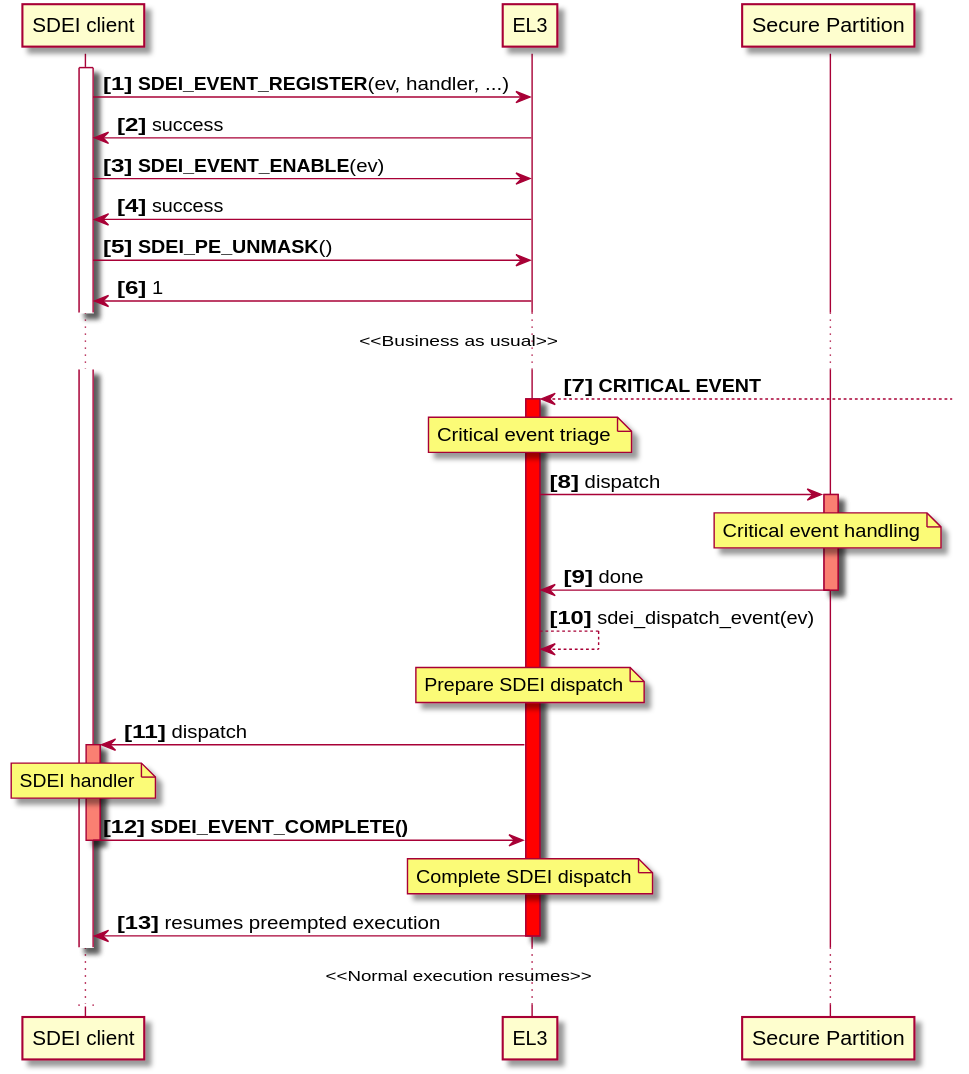
Before: docs/plantuml/sdei_explicit_dispatch.svg, a diagram exported from PlantUML (renesas-rz/rzg_trusted-firmware-a). Its source is kept beside it as docs/plantuml/sdei_explicit_dispatch.puml.
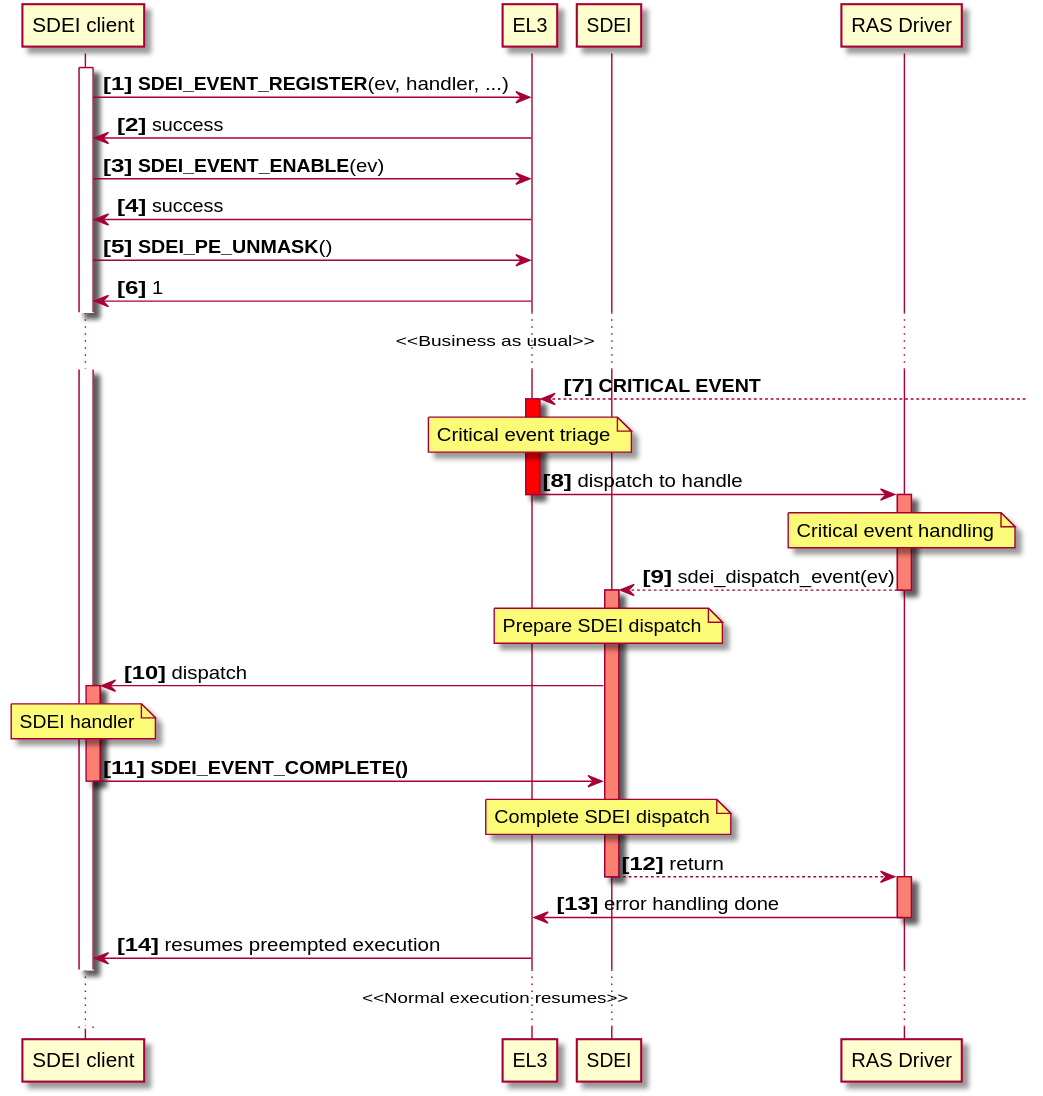
Later version of the same file.

Commit message:
SDEI: Make dispatches synchronous

Diff of the diagram source:
```diff
@@ -3,7 +3,8 @@
 autonumber "<b>[#]</b>"
 participant "SDEI client" as EL2
 participant EL3
-participant "Secure Partition" as SP
+participant SDEI
+participant "RAS Driver" as RAS
 
 activate EL2
 EL2->EL3: **SDEI_EVENT_REGISTER**(ev, handler, ...)
@@ -18,21 +19,26 @@
 EL3<--]: **CRITICAL EVENT**
 activate EL3 #red
 note over EL3: Critical event triage
-EL3->SP: dispatch
-activate SP #salmon
-note over SP: Critical event handling
-SP->EL3: done
-deactivate SP
-EL3-->EL3: sdei_dispatch_event(ev)
-note over EL3: Prepare SDEI dispatch
-EL3->EL2: dispatch
+EL3->RAS: dispatch to handle
+deactivate EL3
+activate RAS #salmon
+note over RAS: Critical event handling
+RAS-->SDEI: sdei_dispatch_event(ev)
+deactivate RAS
+activate SDEI #salmon
+note over SDEI: Prepare SDEI dispatch
+SDEI->EL2: dispatch
 activate EL2 #salmon
 note over EL2: SDEI handler
-EL2->EL3: **SDEI_EVENT_COMPLETE()**
+EL2->SDEI: **SDEI_EVENT_COMPLETE()**
 deactivate EL2
-note over EL3: Complete SDEI dispatch
+note over SDEI: Complete SDEI dispatch
+SDEI-->RAS: return
+deactivate SDEI
+activate RAS #salmon
+RAS->EL3: error handling done
+deactivate RAS
 EL3->EL2: resumes preempted execution
-deactivate EL3
 
 ... <<Normal execution resumes>> ...
 
```
